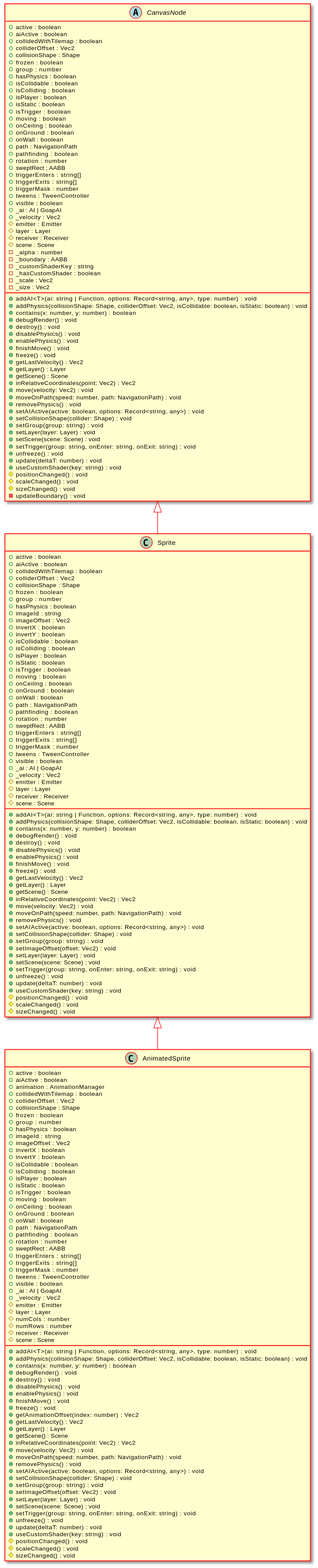
Test123938/Test2 keeps this PlantUML diagram as docs/api/assets/Sprite-umlClassDiagram-3407.svg. Above is the earlier version.
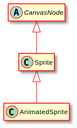
After the commit.

What changed in the source:
```diff
@@ -5,212 +5,11 @@
 hide empty methods
 hide empty fields
 class "Sprite" {
-    +active : boolean
-    +aiActive : boolean
-    +collidedWithTilemap : boolean
-    +colliderOffset : Vec2
-    +collisionShape : Shape
-    +frozen : boolean
-    +group : number
-    +hasPhysics : boolean
-    +imageId : string
-    +imageOffset : Vec2
-    +invertX : boolean
-    +invertY : boolean
-    +isCollidable : boolean
-    +isColliding : boolean
-    +isPlayer : boolean
-    +isStatic : boolean
-    +isTrigger : boolean
-    +moving : boolean
-    +onCeiling : boolean
-    +onGround : boolean
-    +onWall : boolean
-    +path : NavigationPath
-    +pathfinding : boolean
-    +rotation : number
-    +sweptRect : AABB
-    +triggerEnters : string[]
-    +triggerExits : string[]
-    +triggerMask : number
-    +tweens : TweenController
-    +visible : boolean
-    +_ai : AI | GoapAI
-    +_velocity : Vec2
-    #emitter : Emitter
-    #layer : Layer
-    #receiver : Receiver
-    #scene : Scene
-    +addAI<T>(ai: string | Function, options: Record<string, any>, type: number) : void
-    +addPhysics(collisionShape: Shape, colliderOffset: Vec2, isCollidable: boolean, isStatic: boolean) : void
-    +contains(x: number, y: number) : boolean
-    +debugRender() : void
-    +destroy() : void
-    +disablePhysics() : void
-    +enablePhysics() : void
-    +finishMove() : void
-    +freeze() : void
-    +getLastVelocity() : Vec2
-    +getLayer() : Layer
-    +getScene() : Scene
-    +inRelativeCoordinates(point: Vec2) : Vec2
-    +move(velocity: Vec2) : void
-    +moveOnPath(speed: number, path: NavigationPath) : void
-    +removePhysics() : void
-    +setAIActive(active: boolean, options: Record<string, any>) : void
-    +setCollisionShape(collider: Shape) : void
-    +setGroup(group: string) : void
-    +setImageOffset(offset: Vec2) : void
-    +setLayer(layer: Layer) : void
-    +setScene(scene: Scene) : void
-    +setTrigger(group: string, onEnter: string, onExit: string) : void
-    +unfreeze() : void
-    +update(deltaT: number) : void
-    +useCustomShader(key: string) : void
-    #positionChanged() : void
-    #scaleChanged() : void
-    #sizeChanged() : void
 }
 abstract class "CanvasNode" {
-    +active : boolean
-    +aiActive : boolean
-    +collidedWithTilemap : boolean
-    +colliderOffset : Vec2
-    +collisionShape : Shape
-    +frozen : boolean
-    +group : number
-    +hasPhysics : boolean
-    +isCollidable : boolean
-    +isColliding : boolean
-    +isPlayer : boolean
-    +isStatic : boolean
-    +isTrigger : boolean
-    +moving : boolean
-    +onCeiling : boolean
-    +onGround : boolean
-    +onWall : boolean
-    +path : NavigationPath
-    +pathfinding : boolean
-    +rotation : number
-    +sweptRect : AABB
-    +triggerEnters : string[]
-    +triggerExits : string[]
-    +triggerMask : number
-    +tweens : TweenController
-    +visible : boolean
-    +_ai : AI | GoapAI
-    +_velocity : Vec2
-    #emitter : Emitter
-    #layer : Layer
-    #receiver : Receiver
-    #scene : Scene
-    -_alpha : number
-    -_boundary : AABB
-    -_customShaderKey : string
-    -_hasCustomShader : boolean
-    -_scale : Vec2
-    -_size : Vec2
-    +addAI<T>(ai: string | Function, options: Record<string, any>, type: number) : void
-    +addPhysics(collisionShape: Shape, colliderOffset: Vec2, isCollidable: boolean, isStatic: boolean) : void
-    +contains(x: number, y: number) : boolean
-    +debugRender() : void
-    +destroy() : void
-    +disablePhysics() : void
-    +enablePhysics() : void
-    +finishMove() : void
-    +freeze() : void
-    +getLastVelocity() : Vec2
-    +getLayer() : Layer
-    +getScene() : Scene
-    +inRelativeCoordinates(point: Vec2) : Vec2
-    +move(velocity: Vec2) : void
-    +moveOnPath(speed: number, path: NavigationPath) : void
-    +removePhysics() : void
-    +setAIActive(active: boolean, options: Record<string, any>) : void
-    +setCollisionShape(collider: Shape) : void
-    +setGroup(group: string) : void
-    +setLayer(layer: Layer) : void
-    +setScene(scene: Scene) : void
-    +setTrigger(group: string, onEnter: string, onExit: string) : void
-    +unfreeze() : void
-    +update(deltaT: number) : void
-    +useCustomShader(key: string) : void
-    #positionChanged() : void
-    #scaleChanged() : void
-    #sizeChanged() : void
-    -updateBoundary() : void
 }
 "CanvasNode" <|-- "Sprite"
 class "AnimatedSprite" {
-    +active : boolean
-    +aiActive : boolean
-    +animation : AnimationManager
-    +collidedWithTilemap : boolean
-    +colliderOffset : Vec2
-    +collisionShape : Shape
-    +frozen : boolean
-    +group : number
-    +hasPhysics : boolean
-    +imageId : string
-    +imageOffset : Vec2
-    +invertX : boolean
-    +invertY : boolean
-    +isCollidable : boolean
-    +isColliding : boolean
-    +isPlayer : boolean
-    +isStatic : boolean
-    +isTrigger : boolean
-    +moving : boolean
-    +onCeiling : boolean
-    +onGround : boolean
-    +onWall : boolean
-    +path : NavigationPath
-    +pathfinding : boolean
-    +rotation : number
-    +sweptRect : AABB
-    +triggerEnters : string[]
-    +triggerExits : string[]
-    +triggerMask : number
-    +tweens : TweenController
-    +visible : boolean
-    +_ai : AI | GoapAI
-    +_velocity : Vec2
-    #emitter : Emitter
-    #layer : Layer
-    #numCols : number
-    #numRows : number
-    #receiver : Receiver
-    #scene : Scene
-    +addAI<T>(ai: string | Function, options: Record<string, any>, type: number) : void
-    +addPhysics(collisionShape: Shape, colliderOffset: Vec2, isCollidable: boolean, isStatic: boolean) : void
-    +contains(x: number, y: number) : boolean
-    +debugRender() : void
-    +destroy() : void
-    +disablePhysics() : void
-    +enablePhysics() : void
-    +finishMove() : void
-    +freeze() : void
-    +getAnimationOffset(index: number) : Vec2
-    +getLastVelocity() : Vec2
-    +getLayer() : Layer
-    +getScene() : Scene
-    +inRelativeCoordinates(point: Vec2) : Vec2
-    +move(velocity: Vec2) : void
-    +moveOnPath(speed: number, path: NavigationPath) : void
-    +removePhysics() : void
-    +setAIActive(active: boolean, options: Record<string, any>) : void
-    +setCollisionShape(collider: Shape) : void
-    +setGroup(group: string) : void
-    +setImageOffset(offset: Vec2) : void
-    +setLayer(layer: Layer) : void
-    +setScene(scene: Scene) : void
-    +setTrigger(group: string, onEnter: string, onExit: string) : void
-    +unfreeze() : void
-    +update(deltaT: number) : void
-    +useCustomShader(key: string) : void
-    #positionChanged() : void
-    #scaleChanged() : void
-    #sizeChanged() : void
 }
 "Sprite" <|-- "AnimatedSprite"
 @enduml
```
